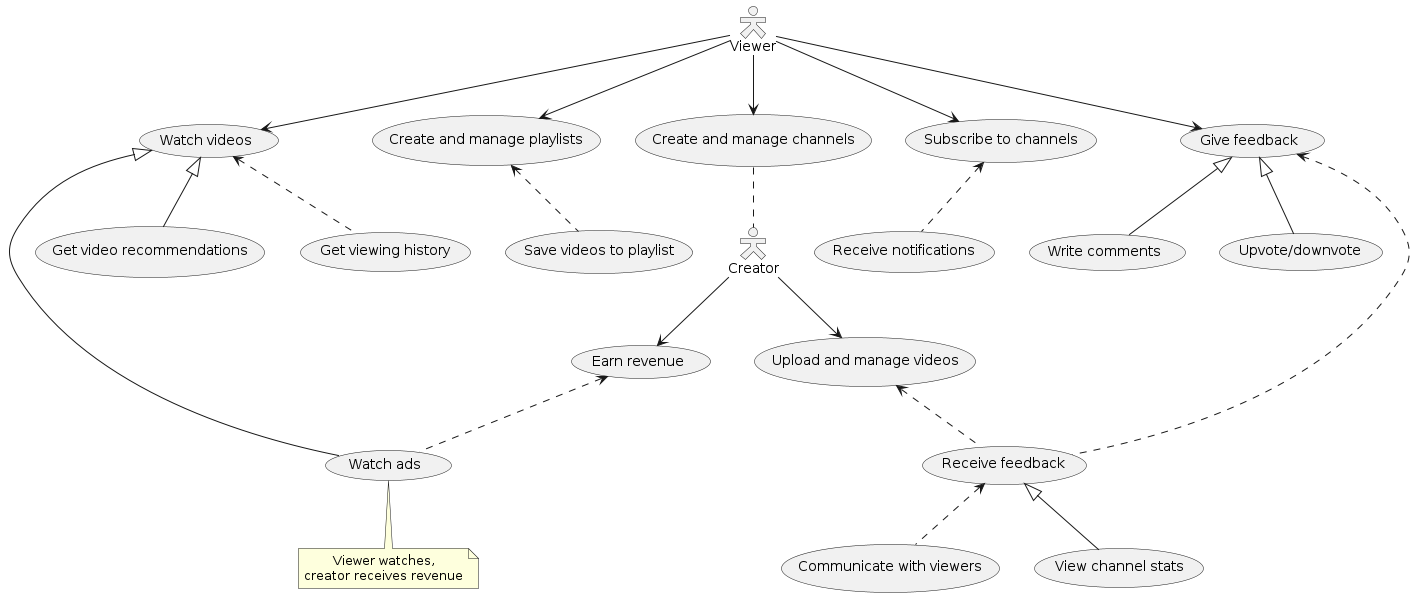
This is usecase.png from Mr-Chekaut-Dungeon-IM-42/kpi-monkeys-2025, a PlantUML export, as it was before one commit.
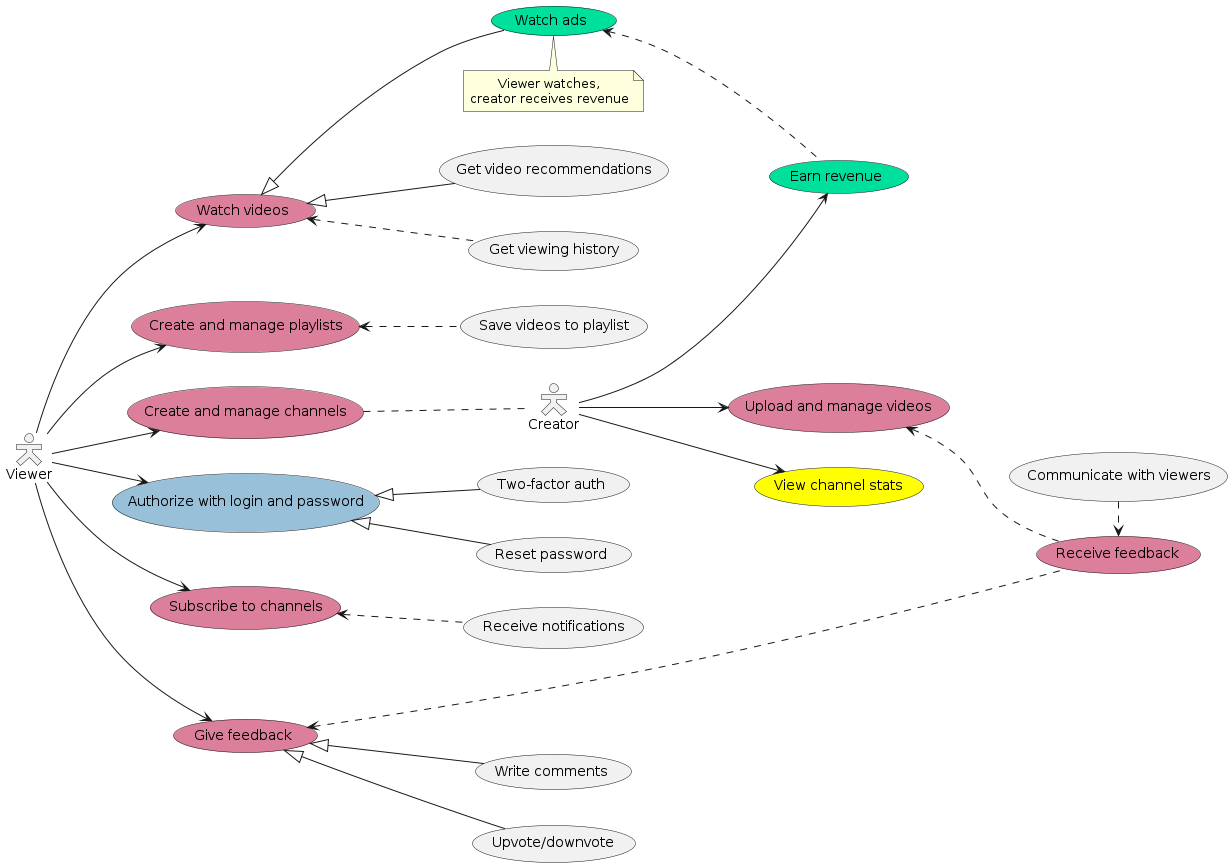
After the commit.

Commit message:
feat(2): color coding based on reqs

Change to the diagram source:
```diff
@@ -5,45 +5,63 @@
 skinparam Shadowing false
 skinparam ParticipantPadding 20
 
-left to right direction
+
+
+top to bottom direction
 
 actor "Viewer" as viewer
-(Watch videos) as _watch_videos
-(Watch ads) as _watch_ads
+(Watch videos) as _watch_videos #DC7F9B
+(Watch ads) as _watch_ads #00E09D
 note right of _watch_ads : Viewer watches,\ncreator receives revenue
 _watch_videos <|-- _watch_ads
-_watch_videos <|-- (Get video recommendations)
+(Get video recommendations) as _get_recs
+_watch_videos <|-- _get_recs
 viewer --> _watch_videos
 
-(Create and manage playlists) as _create_playlists
+(Create and manage playlists) as _create_playlists #DC7F9B
 _create_playlists <.. (Save videos to playlist)
 viewer --> _create_playlists
 
-(Create and manage channels) as _create_channels
+(Create and manage channels) as _create_channels #DC7F9B
 viewer --> _create_channels
 
-(Subscribe to channels) as _subscribe
-_subscribe <.. (Receive notifications)
+(Authorize with login and password) as _authorize #98C1D9
+(Two-factor auth) as _2fa
+_authorize <|-- _2fa
+(Reset password) as _reset_password
+_authorize <|-- _reset_password
+viewer --> _authorize
+
+(Subscribe to channels) as _subscribe #DC7F9B
+(Receive notifications) as _recv_notifications
+_subscribe <.. _recv_notifications
 viewer --> _subscribe
 
-(Give feedback) as _give_feedback
+(Give feedback) as _give_feedback #DC7F9B
 _give_feedback <|-- (Write comments)
 _give_feedback <|-- (Upvote/downvote)
 viewer --> _give_feedback
 (Get viewing history) as _get_history
 _watch_videos <.. _get_history
 
-top to bottom direction
+
+
+left to right direction
 actor "Creator" as creator
 _create_channels .. creator
-(Upload and manage videos) as _upload
+
+(Upload and manage videos) as _upload #DC7F9B
 creator --> _upload
-(Receive feedback) as _recv_feedback
+
+(Receive feedback) as _recv_feedback #DC7F9B
 _upload <.. _recv_feedback
 _give_feedback <.. _recv_feedback
-_recv_feedback <.. (Communicate with viewers)
-_recv_feedback <|-- (View channel stats)
-(Earn revenue) as _earn
-_earn <.. _watch_ads
+_recv_feedback <..left.. (Communicate with viewers)
+
+(View channel stats) as _view_stats #yellow
+creator --> _view_stats
+
+(Earn revenue) as _earn #00E09D
+_watch_ads <.. _earn
 creator --> _earn
 @enduml
```
